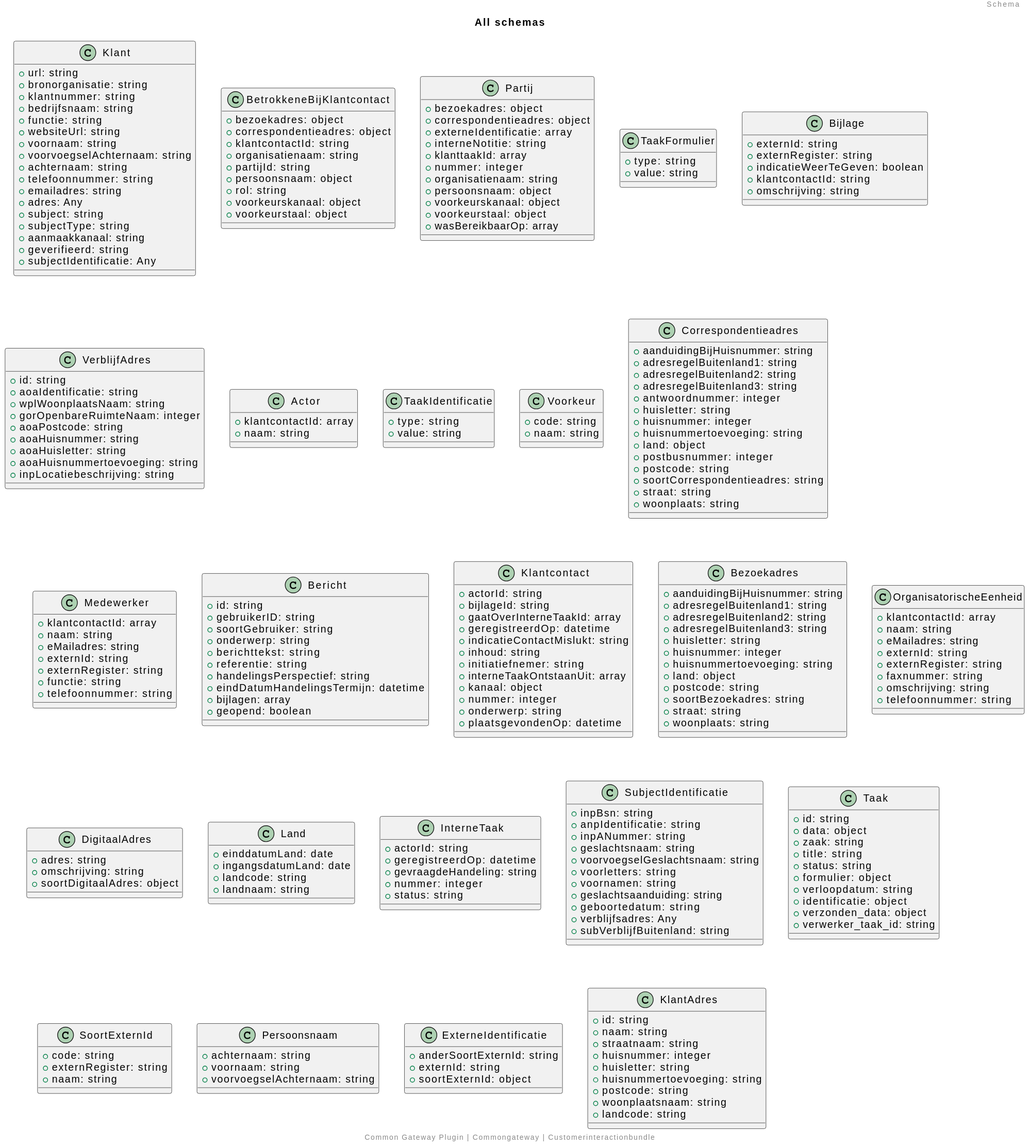
Earlier version of the PlantUML export docs/schema/all_schema_classes.svg (CommonGateway/CustomerInteractionBundle).
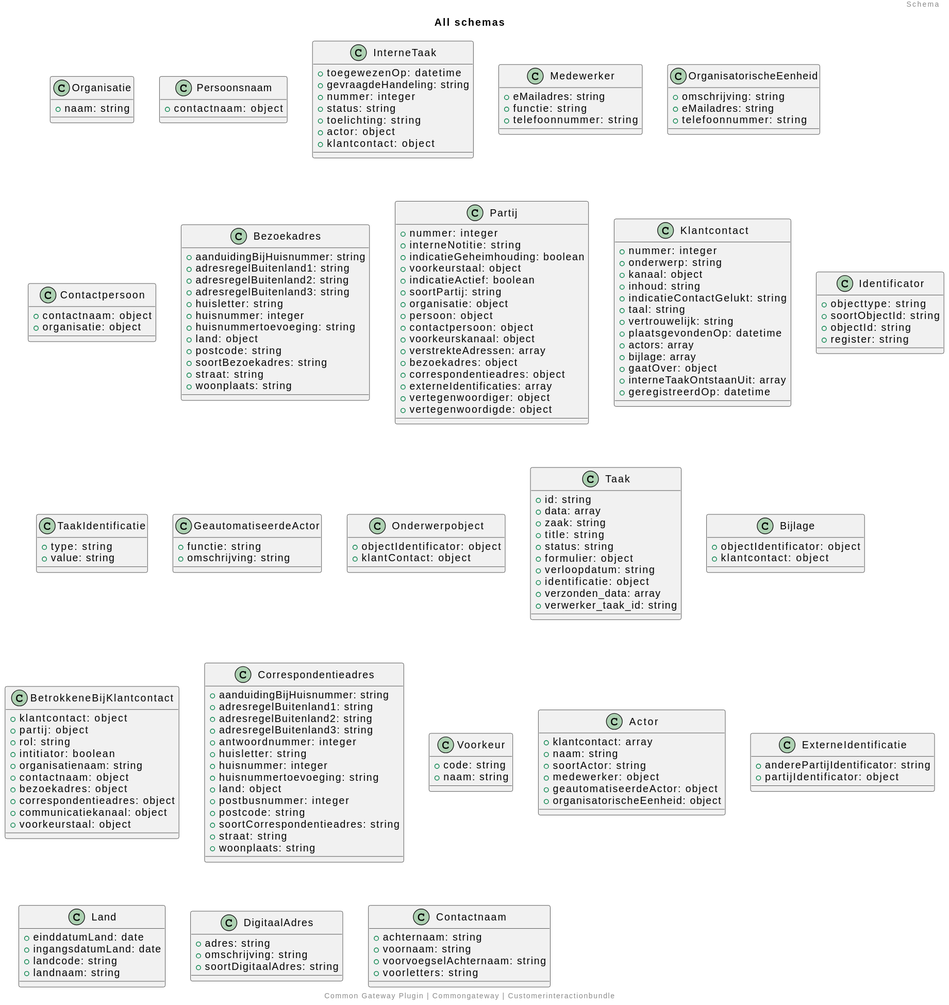
The same file after the commit.

Change to the diagram source:
```diff
@@ -2,82 +2,127 @@
 title: All schemas
 footer: Common Gateway Plugin | Commongateway | Customerinteractionbundle
 header: Schema
-class Klant {
-  + url: string
-  + bronorganisatie: string
-  + klantnummer: string
-  + bedrijfsnaam: string
+class Organisatie {
+  + naam: string
+}
+class Persoonsnaam {
+  + contactnaam: object
+}
+class InterneTaak {
+  + toegewezenOp: datetime
+  + gevraagdeHandeling: string
+  + nummer: integer
+  + status: string
+  + toelichting: string
+  + actor: object
+  + klantcontact: object
+}
+class Medewerker {
+  + eMailadres: string
   + functie: string
-  + websiteUrl: string
-  + voornaam: string
-  + voorvoegselAchternaam: string
-  + achternaam: string
   + telefoonnummer: string
-  + emailadres: string
-  + adres: Any
-  + subject: string
-  + subjectType: string
-  + aanmaakkanaal: string
-  + geverifieerd: string
-  + subjectIdentificatie: Any
 }
-class BetrokkeneBijKlantcontact {
+class OrganisatorischeEenheid {
+  + omschrijving: string
+  + eMailadres: string
+  + telefoonnummer: string
+}
+class Contactpersoon {
+  + contactnaam: object
+  + organisatie: object
+}
+class Bezoekadres {
+  + aanduidingBijHuisnummer: string
+  + adresregelBuitenland1: string
+  + adresregelBuitenland2: string
+  + adresregelBuitenland3: string
+  + huisletter: string
+  + huisnummer: integer
+  + huisnummertoevoeging: string
+  + land: object
+  + postcode: string
+  + soortBezoekadres: string
+  + straat: string
+  + woonplaats: string
+}
+class Partij {
+  + nummer: integer
+  + interneNotitie: string
+  + indicatieGeheimhouding: boolean
+  + voorkeurstaal: object
+  + indicatieActief: boolean
+  + soortPartij: string
+  + organisatie: object
+  + persoon: object
+  + contactpersoon: object
+  + voorkeurskanaal: object
+  + verstrekteAdressen: array
   + bezoekadres: object
   + correspondentieadres: object
-  + klantcontactId: string
-  + organisatienaam: string
-  + partijId: string
-  + persoonsnaam: object
-  + rol: string
-  + voorkeurskanaal: object
-  + voorkeurstaal: object
+  + externeIdentificaties: array
+  + vertegenwoordiger: object
+  + vertegenwoordigde: object
 }
-class Partij {
-  + bezoekadres: object
-  + correspondentieadres: object
-  + externeIdentificatie: array
-  + interneNotitie: string
-  + klanttaakId: array
+class Klantcontact {
   + nummer: integer
-  + organisatienaam: string
-  + persoonsnaam: object
-  + voorkeurskanaal: object
-  + voorkeurstaal: object
-  + wasBereikbaarOp: array
+  + onderwerp: string
+  + kanaal: object
+  + inhoud: string
+  + indicatieContactGelukt: string
+  + taal: string
+  + vertrouwelijk: string
+  + plaatsgevondenOp: datetime
+  + actors: array
+  + bijlage: array
+  + gaatOver: object
+  + interneTaakOntstaanUit: array
+  + geregistreerdOp: datetime
 }
-class TaakFormulier {
-  + type: string
-  + value: string
-}
-class Bijlage {
-  + externId: string
-  + externRegister: string
-  + indicatieWeerTeGeven: boolean
-  + klantcontactId: string
-  + omschrijving: string
-}
-class VerblijfAdres {
-  + id: string
-  + aoaIdentificatie: string
-  + wplWoonplaatsNaam: string
-  + gorOpenbareRuimteNaam: integer
-  + aoaPostcode: string
-  + aoaHuisnummer: string
-  + aoaHuisletter: string
-  + aoaHuisnummertoevoeging: string
-  + inpLocatiebeschrijving: string
-}
-class Actor {
-  + klantcontactId: array
-  + naam: string
+class Identificator {
+  + objecttype: string
+  + soortObjectId: string
+  + objectId: string
+  + register: string
 }
 class TaakIdentificatie {
   + type: string
   + value: string
 }
-class Voorkeur {
-  + code: string
-  + naam: string
+class GeautomatiseerdeActor {
+  + functie: string
+  + omschrijving: string
+}
+class Onderwerpobject {
+  + objectIdentificator: object
+  + klantContact: object
+}
+class Taak {
+  + id: string
+  + data: array
+  + zaak: string
+  + title: string
+  + status: string
+  + formulier: object
+  + verloopdatum: string
+  + identificatie: object
+  + verzonden_data: array
+  + verwerker_taak_id: string
+}
+class Bijlage {
+  + objectIdentificator: object
+  + klantcontact: object
+}
+class BetrokkeneBijKlantcontact {
+  + klantcontact: object
+  + partij: object
+  + rol: string
+  + intitiator: boolean
+  + organisatienaam: string
+  + contactnaam: object
+  + bezoekadres: object
+  + correspondentieadres: object
+  + communicatiekanaal: object
+  + voorkeurstaal: object
 }
 class Correspondentieadres {
   + aanduidingBijHuisnummer: string
@@ -95,69 +140,21 @@
   + straat: string
   + woonplaats: string
 }
-class Medewerker {
-  + klantcontactId: array
+class Voorkeur {
+  + code: string
   + naam: string
-  + eMailadres: string
-  + externId: string
-  + externRegister: string
-  + functie: string
-  + telefoonnummer: string
 }
-class Bericht {
-  + id: string
-  + gebruikerID: string
-  + soortGebruiker: string
-  + onderwerp: string
-  + berichttekst: string
-  + referentie: string
-  + handelingsPerspectief: string
-  + eindDatumHandelingsTermijn: datetime
-  + bijlagen: array
-  + geopend: boolean
+class Actor {
+  + klantcontact: array
+  + naam: string
+  + soortActor: string
+  + medewerker: object
+  + geautomatiseerdeActor: object
+  + organisatorischeEenheid: object
 }
-class Klantcontact {
-  + actorId: string
-  + bijlageId: string
-  + gaatOverInterneTaakId: array
-  + geregistreerdOp: datetime
-  + indicatieContactMislukt: string
-  + inhoud: string
-  + initiatiefnemer: string
-  + interneTaakOntstaanUit: array
-  + kanaal: object
-  + nummer: integer
-  + onderwerp: string
-  + plaatsgevondenOp: datetime
-}
-class Bezoekadres {
-  + aanduidingBijHuisnummer: string
-  + adresregelBuitenland1: string
-  + adresregelBuitenland2: string
-  + adresregelBuitenland3: string
-  + huisletter: string
-  + huisnummer: integer
-  + huisnummertoevoeging: string
-  + land: object
-  + postcode: string
-  + soortBezoekadres: string
-  + straat: string
-  + woonplaats: string
-}
-class OrganisatorischeEenheid {
-  + klantcontactId: array
-  + naam: string
-  + eMailadres: string
-  + externId: string
-  + externRegister: string
-  + faxnummer: string
-  + omschrijving: string
-  + telefoonnummer: string
-}
-class DigitaalAdres {
-  + adres: string
-  + omschrijving: string
-  + soortDigitaalAdres: object
+class ExterneIdentificatie {
+  + anderePartijIdentificator: string
+  + partijIdentificator: object
 }
 class Land {
   + einddatumLand: date
@@ -165,62 +162,15 @@
   + landcode: string
   + landnaam: string
 }
-class InterneTaak {
-  + actorId: string
-  + geregistreerdOp: datetime
-  + gevraagdeHandeling: string
-  + nummer: integer
-  + status: string
+class DigitaalAdres {
+  + adres: string
+  + omschrijving: string
+  + soortDigitaalAdres: string
 }
-class SubjectIdentificatie {
-  + inpBsn: string
-  + anpIdentificatie: string
-  + inpANummer: string
-  + geslachtsnaam: string
-  + voorvoegselGeslachtsnaam: string
-  + voorletters: string
-  + voornamen: string
-  + geslachtsaanduiding: string
-  + geboortedatum: string
-  + verblijfsadres: Any
-  + subVerblijfBuitenland: string
-}
-class Taak {
-  + id: string
-  + data: object
-  + zaak: string
-  + title: string
-  + status: string
-  + formulier: object
-  + verloopdatum: string
-  + identificatie: object
-  + verzonden_data: object
-  + verwerker_taak_id: string
-}
-class SoortExternId {
-  + code: string
-  + externRegister: string
-  + naam: string
-}
-class Persoonsnaam {
+class Contactnaam {
   + achternaam: string
   + voornaam: string
   + voorvoegselAchternaam: string
-}
-class ExterneIdentificatie {
-  + anderSoortExternId: string
-  + externId: string
-  + soortExternId: object
-}
-class KlantAdres {
-  + id: string
-  + naam: string
-  + straatnaam: string
-  + huisnummer: integer
-  + huisletter: string
-  + huisnummertoevoeging: string
-  + postcode: string
-  + woonplaatsnaam: string
-  + landcode: string
+  + voorletters: string
 }
 @enduml
```
